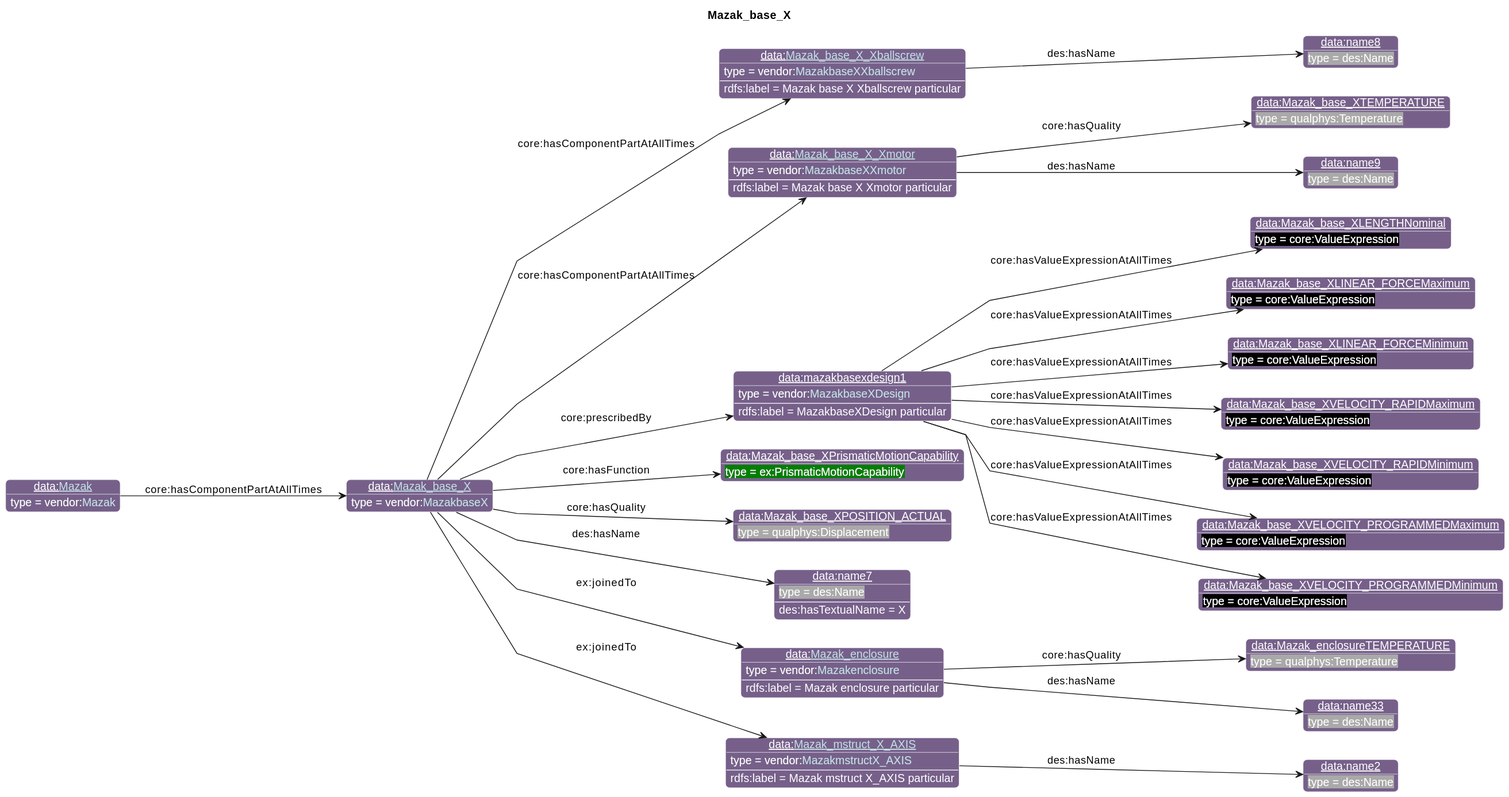
This is diagrams/Mazak_base_X.svg from iofoundry/example-syseng-mtconnect, a PlantUML export, as it was before one commit. Source of this version:
```plantuml
@startuml
!include ../iof.iuml

<style>
object {
  HyperlinkColor #C4E1E6
}
</style>

left to right direction
skinparam linetype polyline
title Mazak_base_X

!$default_direction = down

!$namespace_colors = { "bfo":"DFA702",
                      "iof":"1E90FF",
                      "ns":"Green",
                      "ns1":"76608A",
                      "core":"000000",
                      "ex":"Green",
                      "data":"76608A",
                      "vendor":"76608A",
                      "units":"8A2D3B",
                      "cmns-dsg":"3A0519",
                      "qp":"641B2E"
      }
individual(o0, data:[[./Mazak_base_X.html Mazak_base_X]], vendor:[[../Mazak.html#MazakbaseX MazakbaseX]])
individual(o1, data:[[./Mazak_base_X_Xballscrew.html Mazak_base_X_Xballscrew]], vendor:[[../Mazak.html#MazakbaseXXballscrew MazakbaseXXballscrew]])
individual(o2, data:name8, des:Name)
individual(o3, data:[[./Mazak_base_X_Xmotor.html Mazak_base_X_Xmotor]], vendor:[[../Mazak.html#MazakbaseXXmotor MazakbaseXXmotor]])
individual(o4, data:Mazak_base_XTEMPERATURE, qualphys:Temperature)
individual(o5, data:name9, des:Name)
individual(o6, data:mazakbasexdesign1, vendor:[[../Mazak.html#MazakbaseXDesign MazakbaseXDesign]])
individual(o7, data:Mazak_base_XLENGTHNominal, core:ValueExpression)
individual(o8, data:Mazak_base_XLINEAR_FORCEMaximum, core:ValueExpression)
individual(o9, data:Mazak_base_XLINEAR_FORCEMinimum, core:ValueExpression)
individual(o10, data:Mazak_base_XVELOCITY_RAPIDMaximum, core:ValueExpression)
individual(o11, data:Mazak_base_XVELOCITY_RAPIDMinimum, core:ValueExpression)
individual(o12, data:Mazak_base_XVELOCITY_PROGRAMMEDMaximum, core:ValueExpression)
individual(o13, data:Mazak_base_XVELOCITY_PROGRAMMEDMinimum, core:ValueExpression)
individual(o14, data:Mazak_base_XPrismaticMotionCapability, ex:PrismaticMotionCapability)
individual(o15, data:Mazak_base_XPOSITION_ACTUAL, qualphys:Displacement)
individual(o16, data:name7, des:Name)
individual(o17, data:[[./Mazak_enclosure.html Mazak_enclosure]], vendor:[[../Mazak.html#Mazakenclosure Mazakenclosure]])
individual(o18, data:Mazak_enclosureTEMPERATURE, qualphys:Temperature)
individual(o19, data:name33, des:Name)
individual(o20, data:[[./Mazak_mstruct_X_AXIS.html Mazak_mstruct_X_AXIS]], vendor:[[../Mazak.html#MazakmstructX_AXIS MazakmstructX_AXIS]])
individual(o21, data:name2, des:Name)
individual(o22, data:[[./Mazak.html Mazak]], vendor:[[../Mazak.html#Mazak Mazak]])
property(o0, "core:hasComponentPartAtAllTimes", o1)
data(o1, "rdfs:label", "Mazak base X Xballscrew particular")
property(o1, "des:hasName", o2)
property(o0, "core:hasComponentPartAtAllTimes", o3)
data(o3, "rdfs:label", "Mazak base X Xmotor particular")
property(o3, "core:hasQuality", o4)
property(o3, "des:hasName", o5)
property(o0, "core:prescribedBy", o6)
data(o6, "rdfs:label", "MazakbaseXDesign particular")
property(o6, "core:hasValueExpressionAtAllTimes", o7)
property(o6, "core:hasValueExpressionAtAllTimes", o8)
property(o6, "core:hasValueExpressionAtAllTimes", o9)
property(o6, "core:hasValueExpressionAtAllTimes", o10)
property(o6, "core:hasValueExpressionAtAllTimes", o11)
property(o6, "core:hasValueExpressionAtAllTimes", o12)
property(o6, "core:hasValueExpressionAtAllTimes", o13)
property(o0, "core:hasFunction", o14)
property(o0, "core:hasQuality", o15)
property(o0, "des:hasName", o16)
data(o16, "des:hasTextualName", "X")
property(o0, "ex:joinedTo", o17)
data(o17, "rdfs:label", "Mazak enclosure particular")
property(o17, "core:hasQuality", o18)
property(o17, "des:hasName", o19)
property(o0, "ex:joinedTo", o20)
data(o20, "rdfs:label", "Mazak mstruct X_AXIS particular")
property(o20, "des:hasName", o21)
property(o22, "core:hasComponentPartAtAllTimes", o0)
@enduml
```
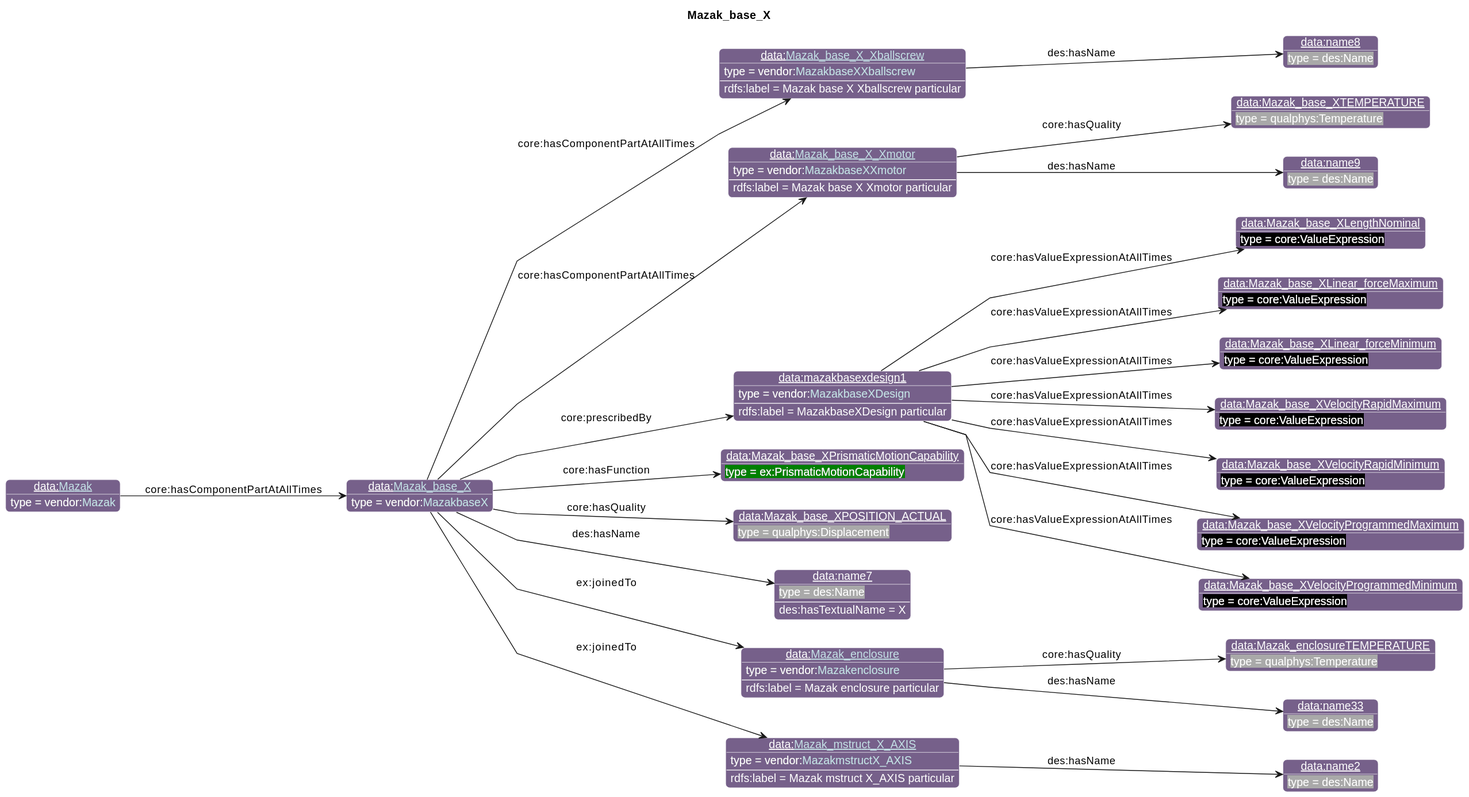
After the commit.

Diff of the diagram source:
```diff
@@ -32,13 +32,13 @@
 individual(o4, data:Mazak_base_XTEMPERATURE, qualphys:Temperature)
 individual(o5, data:name9, des:Name)
 individual(o6, data:mazakbasexdesign1, vendor:[[../Mazak.html#MazakbaseXDesign MazakbaseXDesign]])
-individual(o7, data:Mazak_base_XLENGTHNominal, core:ValueExpression)
-individual(o8, data:Mazak_base_XLINEAR_FORCEMaximum, core:ValueExpression)
-individual(o9, data:Mazak_base_XLINEAR_FORCEMinimum, core:ValueExpression)
-individual(o10, data:Mazak_base_XVELOCITY_RAPIDMaximum, core:ValueExpression)
-individual(o11, data:Mazak_base_XVELOCITY_RAPIDMinimum, core:ValueExpression)
-individual(o12, data:Mazak_base_XVELOCITY_PROGRAMMEDMaximum, core:ValueExpression)
-individual(o13, data:Mazak_base_XVELOCITY_PROGRAMMEDMinimum, core:ValueExpression)
+individual(o7, data:Mazak_base_XLengthNominal, core:ValueExpression)
+individual(o8, data:Mazak_base_XLinear_forceMaximum, core:ValueExpression)
+individual(o9, data:Mazak_base_XLinear_forceMinimum, core:ValueExpression)
+individual(o10, data:Mazak_base_XVelocityRapidMaximum, core:ValueExpression)
+individual(o11, data:Mazak_base_XVelocityRapidMinimum, core:ValueExpression)
+individual(o12, data:Mazak_base_XVelocityProgrammedMaximum, core:ValueExpression)
+individual(o13, data:Mazak_base_XVelocityProgrammedMinimum, core:ValueExpression)
 individual(o14, data:Mazak_base_XPrismaticMotionCapability, ex:PrismaticMotionCapability)
 individual(o15, data:Mazak_base_XPOSITION_ACTUAL, qualphys:Displacement)
 individual(o16, data:name7, des:Name)
```
